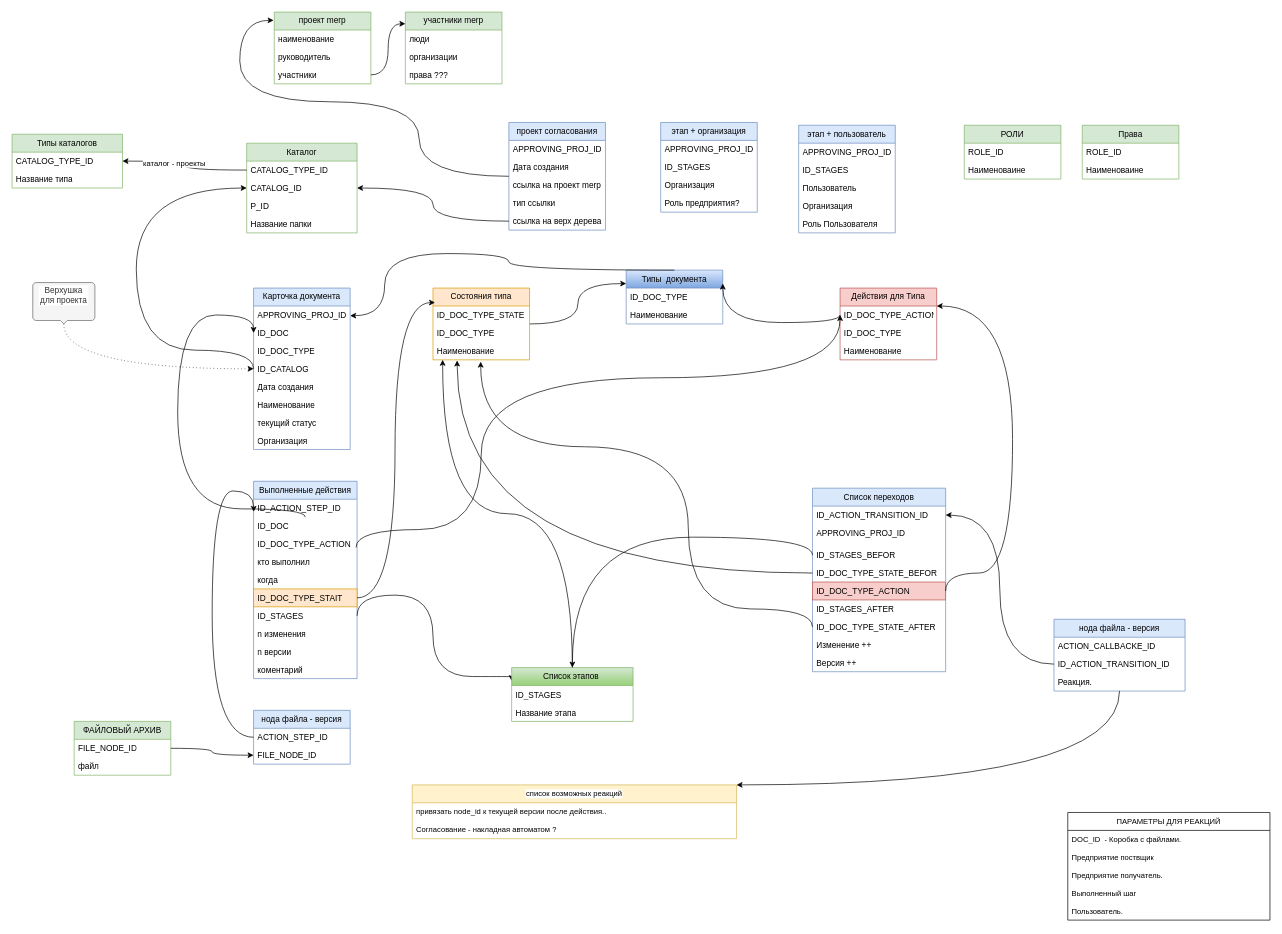
sashok74/diagrams keeps this draw.io diagram as сущность проектной документации.drawio. Above is the earlier version. Source tidied: cells renumbered, new cells numbered last; positions are measured from the earlier drawing's top-left corner, leaving out a move shared by most shapes. Both pictures are drawn from the tidied source at 69%, with x=0, y=0 at pixel (12, 12).
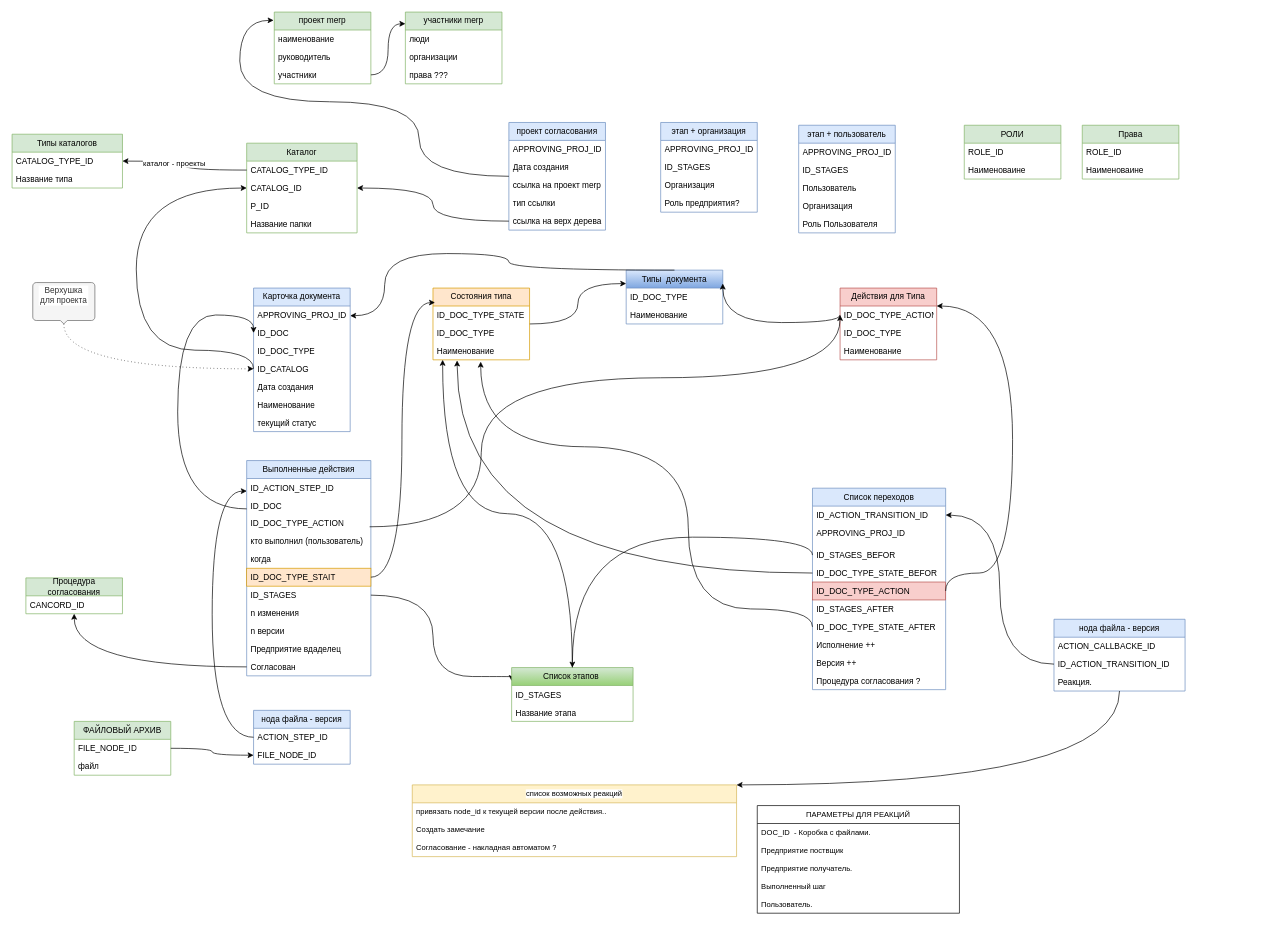
The same diagram, later.

Unchanged cells that the change refers to:
```xml
<mxCell id="37" value="ID_DOC_TYPE_ACTION" style="text;strokeColor=none;fillColor=none;align=left;verticalAlign=top;spacingLeft=4;spacingRight=4;overflow=hidden;points=[[0,0.5],[1,0.5]];portConstraint=eastwest;whiteSpace=wrap;html=1;" parent="36" vertex="1">
  <mxGeometry y="26" width="140" height="26" as="geometry" />
</mxCell>
```

The edit, as a diff of the source:
```diff
@@
     <mxCell id="24" value="Карточка документа" style="swimlane;fontStyle=0;horizontal=1;startSize=26;fillColor=#dae8fc;whiteSpace=wrap;html=1;strokeColor=#6c8ebf;" parent="1" vertex="1">
-      <mxGeometry x="350" y="400" width="140" height="234" as="geometry" />
+      <mxGeometry x="350" y="400" width="140" height="208" as="geometry" />
     </mxCell>
@@
-    <mxCell id="32" value="Организация" style="text;strokeColor=none;fillColor=none;align=left;verticalAlign=top;spacingLeft=4;spacingRight=4;overflow=hidden;whiteSpace=wrap;html=1;" parent="24" vertex="1">
-      <mxGeometry y="208" width="140" height="26" as="geometry" />
-    </mxCell>
@@
     <mxCell id="42" value="список возможных реакций" style="swimlane;fontStyle=0;horizontal=1;startSize=26;fillColor=#fff2cc;whiteSpace=wrap;html=1;fontFamily=Helvetica;fontSize=11;labelBackgroundColor=default;strokeColor=#d6b656;" parent="1" vertex="1">
-      <mxGeometry x="580" y="1120" width="470" height="78" as="geometry" />
+      <mxGeometry x="580" y="1120" width="470" height="104" as="geometry" />
     </mxCell>
@@
+    <mxCell id="128" value="Создать замечание" style="text;strokeColor=none;fillColor=none;align=left;verticalAlign=top;spacingLeft=4;spacingRight=4;overflow=hidden;whiteSpace=wrap;html=1;fontFamily=Helvetica;fontSize=11;fontColor=default;labelBackgroundColor=default;" parent="42" vertex="1">
+      <mxGeometry y="52" width="470" height="26" as="geometry" />
+    </mxCell>
     <mxCell id="44" value="Согласование - накладная автоматом ?" style="text;strokeColor=none;fillColor=none;align=left;verticalAlign=top;spacingLeft=4;spacingRight=4;overflow=hidden;whiteSpace=wrap;html=1;fontFamily=Helvetica;fontSize=11;fontColor=default;labelBackgroundColor=default;" parent="42" vertex="1">
-      <mxGeometry y="52" width="470" height="26" as="geometry" />
+      <mxGeometry y="78" width="470" height="26" as="geometry" />
     </mxCell>
     <mxCell id="45" value="Выполненные действия" style="swimlane;fontStyle=0;horizontal=1;startSize=26;fillColor=#dae8fc;whiteSpace=wrap;html=1;strokeColor=#6c8ebf;" parent="1" vertex="1">
-      <mxGeometry x="350" y="680" width="150" height="286" as="geometry" />
+      <mxGeometry x="340" y="650" width="180" height="312" as="geometry" />
     </mxCell>
     <mxCell id="46" value="&lt;div&gt;ID_ACTION_STEP_ID&lt;/div&gt;&lt;div&gt;&lt;br&gt;&lt;/div&gt;&lt;div&gt;&lt;br&gt;&lt;br&gt;&lt;/div&gt;" style="text;strokeColor=none;fillColor=none;align=left;verticalAlign=top;spacingLeft=4;spacingRight=4;overflow=hidden;points=[[0,0.5],[1,0.5]];portConstraint=eastwest;whiteSpace=wrap;html=1;" parent="45" vertex="1">
-      <mxGeometry y="26" width="150" height="26" as="geometry" />
+      <mxGeometry y="26" width="180" height="26" as="geometry" />
     </mxCell>
     <mxCell id="47" value="&lt;div&gt;ID_DOC&lt;/div&gt;&lt;div&gt;&lt;br&gt;&lt;br&gt;&lt;/div&gt;" style="text;strokeColor=none;fillColor=none;align=left;verticalAlign=top;spacingLeft=4;spacingRight=4;overflow=hidden;points=[[0,0.5],[1,0.5]];portConstraint=eastwest;whiteSpace=wrap;html=1;" parent="45" vertex="1">
-      <mxGeometry y="52" width="150" height="26" as="geometry" />
+      <mxGeometry y="52" width="180" height="26" as="geometry" />
     </mxCell>
     <mxCell id="48" value="ID_DOC_TYPE_ACTION" style="text;strokeColor=none;fillColor=none;align=left;verticalAlign=top;spacingLeft=4;spacingRight=4;overflow=hidden;points=[[0,0.5],[1,0.5]];portConstraint=eastwest;whiteSpace=wrap;html=1;" parent="45" vertex="1">
-      <mxGeometry y="78" width="150" height="26" as="geometry" />
+      <mxGeometry y="78" width="180" height="26" as="geometry" />
     </mxCell>
-    <mxCell id="49" value="кто выполнил" style="text;strokeColor=none;fillColor=none;align=left;verticalAlign=top;spacingLeft=4;spacingRight=4;overflow=hidden;whiteSpace=wrap;html=1;" parent="45" vertex="1">
-      <mxGeometry y="104" width="150" height="26" as="geometry" />
+    <mxCell id="49" value="кто выполнил (пользователь)" style="text;strokeColor=none;fillColor=none;align=left;verticalAlign=top;spacingLeft=4;spacingRight=4;overflow=hidden;whiteSpace=wrap;html=1;" parent="45" vertex="1">
+      <mxGeometry y="104" width="180" height="26" as="geometry" />
     </mxCell>
     <mxCell id="50" value="когда" style="text;strokeColor=none;fillColor=none;align=left;verticalAlign=top;spacingLeft=4;spacingRight=4;overflow=hidden;whiteSpace=wrap;html=1;" parent="45" vertex="1">
-      <mxGeometry y="130" width="150" height="26" as="geometry" />
+      <mxGeometry y="130" width="180" height="26" as="geometry" />
     </mxCell>
     <mxCell id="51" value="&lt;div&gt;ID_DOC_TYPE_STAIT&lt;/div&gt;&lt;div&gt;&lt;br&gt;&lt;br&gt;&lt;br&gt;&lt;/div&gt;" style="text;strokeColor=#d79b00;fillColor=#ffe6cc;align=left;verticalAlign=top;spacingLeft=4;spacingRight=4;overflow=hidden;points=[[0,0.5],[1,0.5]];portConstraint=eastwest;whiteSpace=wrap;html=1;" parent="45" vertex="1">
-      <mxGeometry y="156" width="150" height="26" as="geometry" />
+      <mxGeometry y="156" width="180" height="26" as="geometry" />
     </mxCell>
     <mxCell id="52" value="ID_&lt;span style=&quot;white-space: pre-wrap;&quot;&gt;&lt;/span&gt;&lt;span style=&quot;white-space: pre-wrap;&quot; class=&quot;aNeGP0gI0B9AV8JaHPyH&quot;&gt;STAGES&lt;/span&gt;" style="text;strokeColor=none;fillColor=none;align=left;verticalAlign=top;spacingLeft=4;spacingRight=4;overflow=hidden;points=[[0,0.5],[1,0.5]];portConstraint=eastwest;whiteSpace=wrap;html=1;" parent="45" vertex="1">
-      <mxGeometry y="182" width="150" height="26" as="geometry" />
+      <mxGeometry y="182" width="180" height="26" as="geometry" />
     </mxCell>
     <mxCell id="53" value="&lt;div&gt;n изменения&lt;/div&gt;&lt;div&gt;&lt;br&gt;&lt;/div&gt;" style="text;strokeColor=none;fillColor=none;align=left;verticalAlign=top;spacingLeft=4;spacingRight=4;overflow=hidden;whiteSpace=wrap;html=1;" parent="45" vertex="1">
-      <mxGeometry y="208" width="150" height="26" as="geometry" />
+      <mxGeometry y="208" width="180" height="26" as="geometry" />
     </mxCell>
     <mxCell id="54" value="&lt;div&gt;n версии&lt;/div&gt;&lt;div&gt;&lt;br&gt;&lt;/div&gt;" style="text;strokeColor=none;fillColor=none;align=left;verticalAlign=top;spacingLeft=4;spacingRight=4;overflow=hidden;whiteSpace=wrap;html=1;" parent="45" vertex="1">
-      <mxGeometry y="234" width="150" height="26" as="geometry" />
+      <mxGeometry y="234" width="180" height="26" as="geometry" />
     </mxCell>
+    <mxCell id="129" value="Предприятие вдаделец" style="text;strokeColor=none;fillColor=none;align=left;verticalAlign=top;spacingLeft=4;spacingRight=4;overflow=hidden;whiteSpace=wrap;html=1;" parent="45" vertex="1">
+      <mxGeometry y="260" width="180" height="26" as="geometry" />
+    </mxCell>
-    <mxCell id="55" value="коментарий" style="text;strokeColor=none;fillColor=none;align=left;verticalAlign=top;spacingLeft=4;spacingRight=4;overflow=hidden;points=[[0,0.5],[1,0.5]];portConstraint=eastwest;whiteSpace=wrap;html=1;" parent="45" vertex="1">
-      <mxGeometry y="260" width="150" height="26" as="geometry" />
+    <mxCell id="55" value="Согласован" style="text;strokeColor=none;fillColor=none;align=left;verticalAlign=top;spacingLeft=4;spacingRight=4;overflow=hidden;points=[[0,0.5],[1,0.5]];portConstraint=eastwest;whiteSpace=wrap;html=1;" parent="45" vertex="1">
+      <mxGeometry y="286" width="180" height="26" as="geometry" />
     </mxCell>
@@
     <mxCell id="64" style="edgeStyle=orthogonalEdgeStyle;shape=connector;curved=1;rounded=0;jettySize=auto;html=1;entryX=0;entryY=0.5;entryDx=0;entryDy=0;strokeColor=default;align=center;verticalAlign=middle;fontFamily=Helvetica;fontSize=11;fontColor=default;labelBackgroundColor=default;endArrow=classic;exitX=0.99;exitY=0.691;exitDx=0;exitDy=0;exitPerimeter=0;" parent="1" edge="1" source="48" target="37">
       <mxGeometry relative="1" as="geometry">
         <Array as="points">
-          <mxPoint x="499" y="750" />
-          <mxPoint x="680" y="750" />
+          <mxPoint x="680" y="746" />
           <mxPoint x="680" y="530" />
           <mxPoint x="1200" y="530" />
         </Array>
       </mxGeometry>
     </mxCell>
     <mxCell id="65" value="Список переходов" style="swimlane;fontStyle=0;horizontal=1;startSize=26;fillColor=#dae8fc;whiteSpace=wrap;html=1;strokeColor=#6c8ebf;" parent="1" vertex="1">
-      <mxGeometry x="1160" y="690" width="193" height="266" as="geometry" />
+      <mxGeometry x="1160" y="690" width="193" height="292" as="geometry" />
     </mxCell>
@@
-    <mxCell id="73" value="Изменение ++" style="text;strokeColor=none;fillColor=none;align=left;verticalAlign=top;spacingLeft=4;spacingRight=4;overflow=hidden;whiteSpace=wrap;html=1;" parent="65" vertex="1">
+    <mxCell id="73" value="Исполнение ++" style="text;strokeColor=none;fillColor=none;align=left;verticalAlign=top;spacingLeft=4;spacingRight=4;overflow=hidden;whiteSpace=wrap;html=1;" parent="65" vertex="1">
       <mxGeometry y="214" width="193" height="26" as="geometry" />
     </mxCell>
@@
+    <mxCell id="130" value="Процедура согласования ?" style="text;strokeColor=none;fillColor=none;align=left;verticalAlign=top;spacingLeft=4;spacingRight=4;overflow=hidden;whiteSpace=wrap;html=1;" parent="65" vertex="1">
+      <mxGeometry y="266" width="193" height="26" as="geometry" />
+    </mxCell>
@@
     <mxCell id="115" value="ПАРАМЕТРЫ ДЛЯ РЕАКЦИЙ" style="swimlane;fontStyle=0;horizontal=1;startSize=26;fillColor=none;whiteSpace=wrap;html=1;fontFamily=Helvetica;fontSize=11;fontColor=default;labelBackgroundColor=default;" parent="1" vertex="1">
-      <mxGeometry x="1530" y="1160" width="293" height="156" as="geometry" />
+      <mxGeometry x="1080" y="1150" width="293" height="156" as="geometry" />
     </mxCell>
@@
+    <mxCell id="131" value="Процедура согласования" style="swimlane;fontStyle=0;horizontal=1;startSize=26;fillColor=#d5e8d4;whiteSpace=wrap;html=1;strokeColor=#82b366;" parent="1" vertex="1">
+      <mxGeometry x="20" y="820" width="140" height="52" as="geometry" />
+    </mxCell>
+    <mxCell id="132" value="CANCORD_ID" style="text;strokeColor=none;fillColor=none;align=left;verticalAlign=top;spacingLeft=4;spacingRight=4;overflow=hidden;whiteSpace=wrap;html=1;" parent="131" vertex="1">
+      <mxGeometry y="26" width="140" height="26" as="geometry" />
+    </mxCell>
+    <mxCell id="133" style="edgeStyle=orthogonalEdgeStyle;rounded=0;jettySize=auto;html=1;curved=1;" parent="1" edge="1" source="55" target="131">
+      <mxGeometry relative="1" as="geometry" />
+    </mxCell>
```
